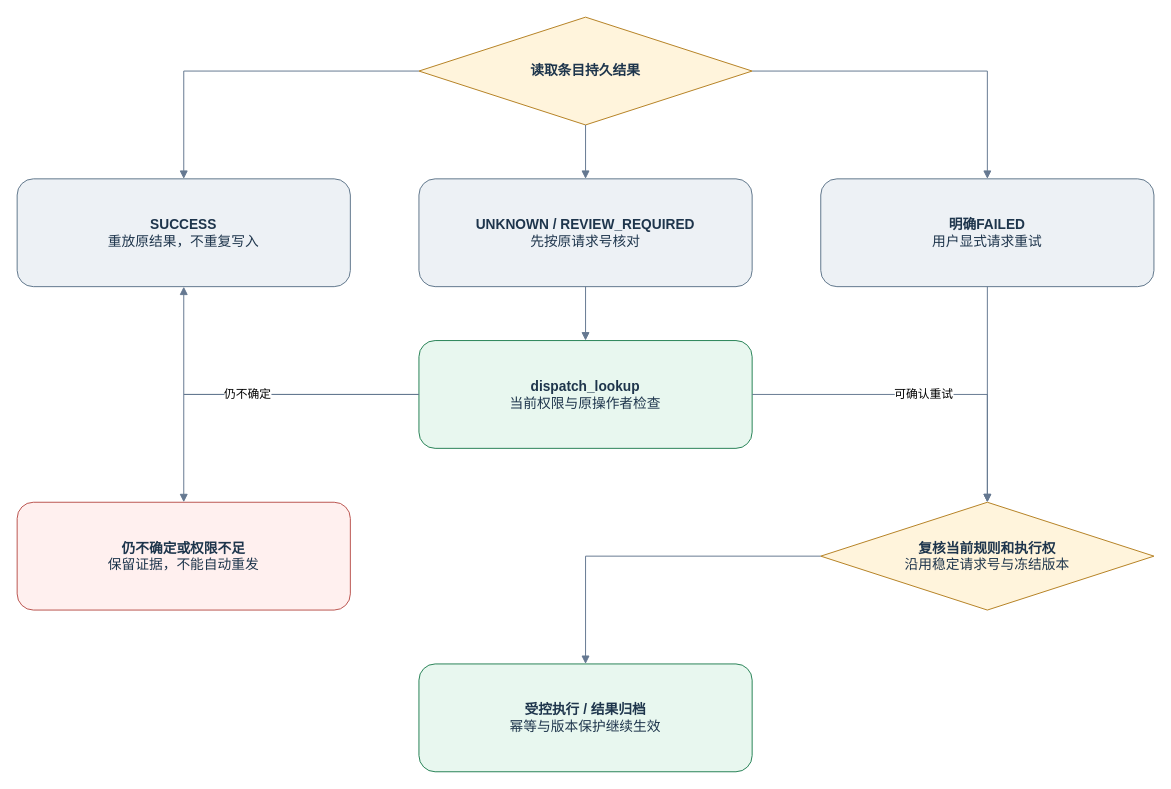
QSZJAVA/agent_demo keeps this draw.io diagram as page "06 未知结果、核对与重试" (6 of 12) of docs/diagrams/demo-final/demo-final.drawio. Above is the earlier version. Source tidied: cells renumbered, new cells numbered last; positions are measured from the earlier drawing's top-left corner, leaving out a move shared by most shapes. Both pictures are drawn from the tidied source at 98%, with x=0, y=0 at pixel (17, 17).
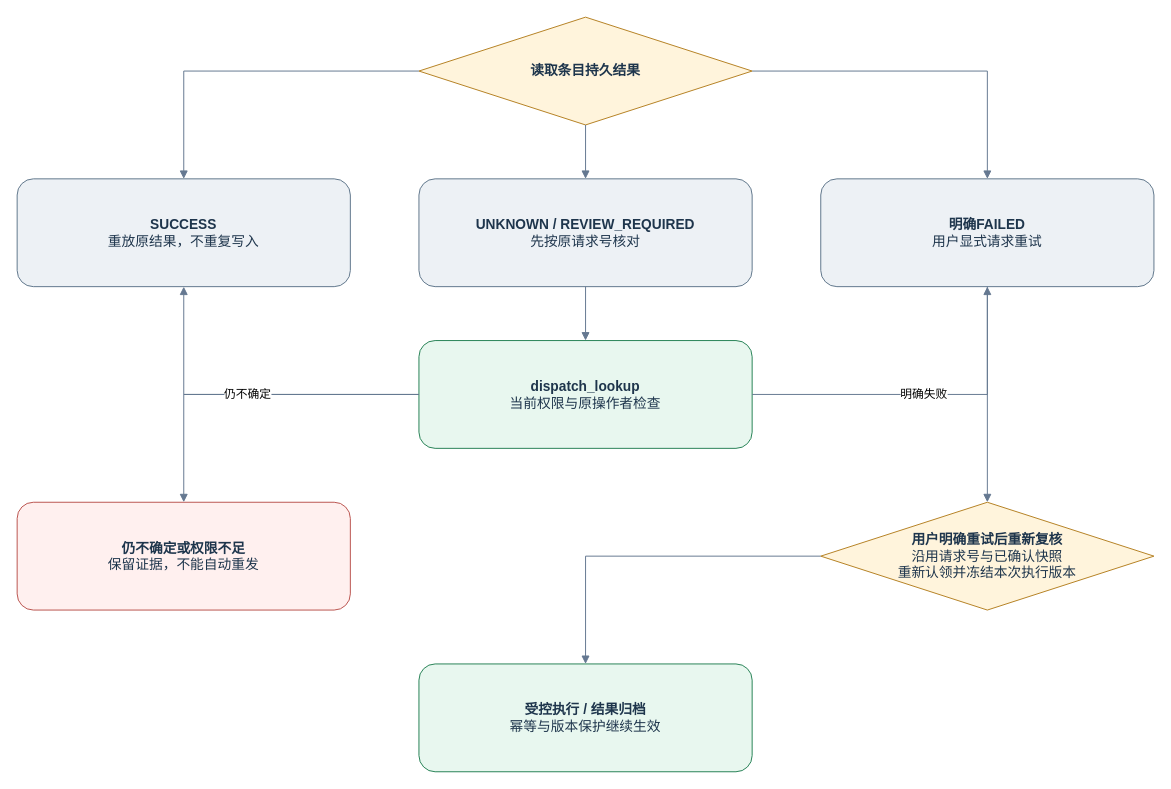
The same diagram, later.

Change to the diagram source:
```diff
@@
 <mxGraphModel>
   <root>
     <mxCell id="0" />
     <mxCell id="1" parent="0" />
     <mxCell id="2" value="&lt;b&gt;读取条目持久结果&lt;/b&gt;" style="rhombus;whiteSpace=wrap;html=1;fillColor=#fff4dc;strokeColor=#b58022;fontColor=#1e354c;fontFamily=Microsoft YaHei;fontSize=14;" parent="1" vertex="1">
       <mxGeometry x="410" width="340" height="110" as="geometry" />
     </mxCell>
     <mxCell id="3" value="&lt;b&gt;SUCCESS&lt;/b&gt;&lt;br&gt;重放原结果，不重复写入" style="rounded=1;whiteSpace=wrap;html=1;fillColor=#edf1f5;strokeColor=#60768b;fontColor=#1e354c;fontFamily=Microsoft YaHei;fontSize=14;" parent="1" vertex="1">
       <mxGeometry y="165" width="340" height="110" as="geometry" />
     </mxCell>
     <mxCell id="4" value="&lt;b&gt;UNKNOWN / REVIEW_REQUIRED&lt;/b&gt;&lt;br&gt;先按原请求号核对" style="rounded=1;whiteSpace=wrap;html=1;fillColor=#edf1f5;strokeColor=#60768b;fontColor=#1e354c;fontFamily=Microsoft YaHei;fontSize=14;" parent="1" vertex="1">
       <mxGeometry x="410" y="165" width="340" height="110" as="geometry" />
     </mxCell>
     <mxCell id="5" value="&lt;b&gt;明确FAILED&lt;/b&gt;&lt;br&gt;用户显式请求重试" style="rounded=1;whiteSpace=wrap;html=1;fillColor=#edf1f5;strokeColor=#60768b;fontColor=#1e354c;fontFamily=Microsoft YaHei;fontSize=14;" parent="1" vertex="1">
       <mxGeometry x="820" y="165" width="340" height="110" as="geometry" />
     </mxCell>
     <mxCell id="6" value="&lt;b&gt;dispatch_lookup&lt;/b&gt;&lt;br&gt;当前权限与原操作者检查" style="rounded=1;whiteSpace=wrap;html=1;fillColor=#e8f7ef;strokeColor=#268255;fontColor=#1e354c;fontFamily=Microsoft YaHei;fontSize=14;" parent="1" vertex="1">
       <mxGeometry x="410" y="330" width="340" height="110" as="geometry" />
     </mxCell>
-    <mxCell id="7" value="&lt;b&gt;复核当前规则和执行权&lt;/b&gt;&lt;br&gt;沿用稳定请求号与冻结版本" style="rhombus;whiteSpace=wrap;html=1;fillColor=#fff4dc;strokeColor=#b58022;fontColor=#1e354c;fontFamily=Microsoft YaHei;fontSize=14;" parent="1" vertex="1">
+    <mxCell id="7" value="&lt;b&gt;用户明确重试后重新复核&lt;/b&gt;&lt;br&gt;沿用请求号与已确认快照&lt;br&gt;重新认领并冻结本次执行版本" style="rhombus;whiteSpace=wrap;html=1;fillColor=#fff4dc;strokeColor=#b58022;fontColor=#1e354c;fontFamily=Microsoft YaHei;fontSize=14;" parent="1" vertex="1">
       <mxGeometry x="820" y="495" width="340" height="110" as="geometry" />
     </mxCell>
     <mxCell id="8" value="&lt;b&gt;仍不确定或权限不足&lt;/b&gt;&lt;br&gt;保留证据，不能自动重发" style="rounded=1;whiteSpace=wrap;html=1;fillColor=#fff0ef;strokeColor=#ba534e;fontColor=#1e354c;fontFamily=Microsoft YaHei;fontSize=14;" parent="1" vertex="1">
       <mxGeometry y="495" width="340" height="110" as="geometry" />
     </mxCell>
     <mxCell id="9" value="&lt;b&gt;受控执行 / 结果归档&lt;/b&gt;&lt;br&gt;幂等与版本保护继续生效" style="rounded=1;whiteSpace=wrap;html=1;fillColor=#e8f7ef;strokeColor=#268255;fontColor=#1e354c;fontFamily=Microsoft YaHei;fontSize=14;" parent="1" vertex="1">
       <mxGeometry x="410" y="660" width="340" height="110" as="geometry" />
     </mxCell>
     <mxCell id="10" style="edgeStyle=orthogonalEdgeStyle;rounded=0;html=1;endArrow=block;endFill=1;strokeColor=#657891;fontFamily=Microsoft YaHei;fontSize=12;" parent="1" edge="1" source="2" target="3">
       <mxGeometry relative="1" as="geometry" />
     </mxCell>
     <mxCell id="11" style="edgeStyle=orthogonalEdgeStyle;rounded=0;html=1;endArrow=block;endFill=1;strokeColor=#657891;fontFamily=Microsoft YaHei;fontSize=12;" parent="1" edge="1" source="2" target="4">
       <mxGeometry relative="1" as="geometry" />
     </mxCell>
     <mxCell id="12" style="edgeStyle=orthogonalEdgeStyle;rounded=0;html=1;endArrow=block;endFill=1;strokeColor=#657891;fontFamily=Microsoft YaHei;fontSize=12;" parent="1" edge="1" source="2" target="5">
       <mxGeometry relative="1" as="geometry" />
     </mxCell>
     <mxCell id="13" style="edgeStyle=orthogonalEdgeStyle;rounded=0;html=1;endArrow=block;endFill=1;strokeColor=#657891;fontFamily=Microsoft YaHei;fontSize=12;" parent="1" edge="1" source="4" target="6">
       <mxGeometry relative="1" as="geometry" />
     </mxCell>
     <mxCell id="14" value="已成功" style="edgeStyle=orthogonalEdgeStyle;rounded=0;html=1;endArrow=block;endFill=1;strokeColor=#657891;fontFamily=Microsoft YaHei;fontSize=12;" parent="1" edge="1" source="6" target="3">
       <mxGeometry relative="1" as="geometry" />
     </mxCell>
     <mxCell id="15" value="仍不确定" style="edgeStyle=orthogonalEdgeStyle;rounded=0;html=1;endArrow=block;endFill=1;strokeColor=#657891;fontFamily=Microsoft YaHei;fontSize=12;" parent="1" edge="1" source="6" target="8">
       <mxGeometry relative="1" as="geometry" />
     </mxCell>
-    <mxCell id="16" value="可确认重试" style="edgeStyle=orthogonalEdgeStyle;rounded=0;html=1;endArrow=block;endFill=1;strokeColor=#657891;fontFamily=Microsoft YaHei;fontSize=12;" parent="1" edge="1" source="6" target="7">
+    <mxCell id="16" value="明确失败" style="edgeStyle=orthogonalEdgeStyle;rounded=0;html=1;endArrow=block;endFill=1;strokeColor=#657891;fontFamily=Microsoft YaHei;fontSize=12;" parent="1" edge="1" source="6" target="5">
       <mxGeometry relative="1" as="geometry" />
     </mxCell>
     <mxCell id="17" style="edgeStyle=orthogonalEdgeStyle;rounded=0;html=1;endArrow=block;endFill=1;strokeColor=#657891;fontFamily=Microsoft YaHei;fontSize=12;" parent="1" edge="1" source="5" target="7">
       <mxGeometry relative="1" as="geometry" />
     </mxCell>
     <mxCell id="18" style="edgeStyle=orthogonalEdgeStyle;rounded=0;html=1;endArrow=block;endFill=1;strokeColor=#657891;fontFamily=Microsoft YaHei;fontSize=12;" parent="1" edge="1" source="7" target="9">
       <mxGeometry relative="1" as="geometry" />
     </mxCell>
   </root>
 </mxGraphModel>
```
